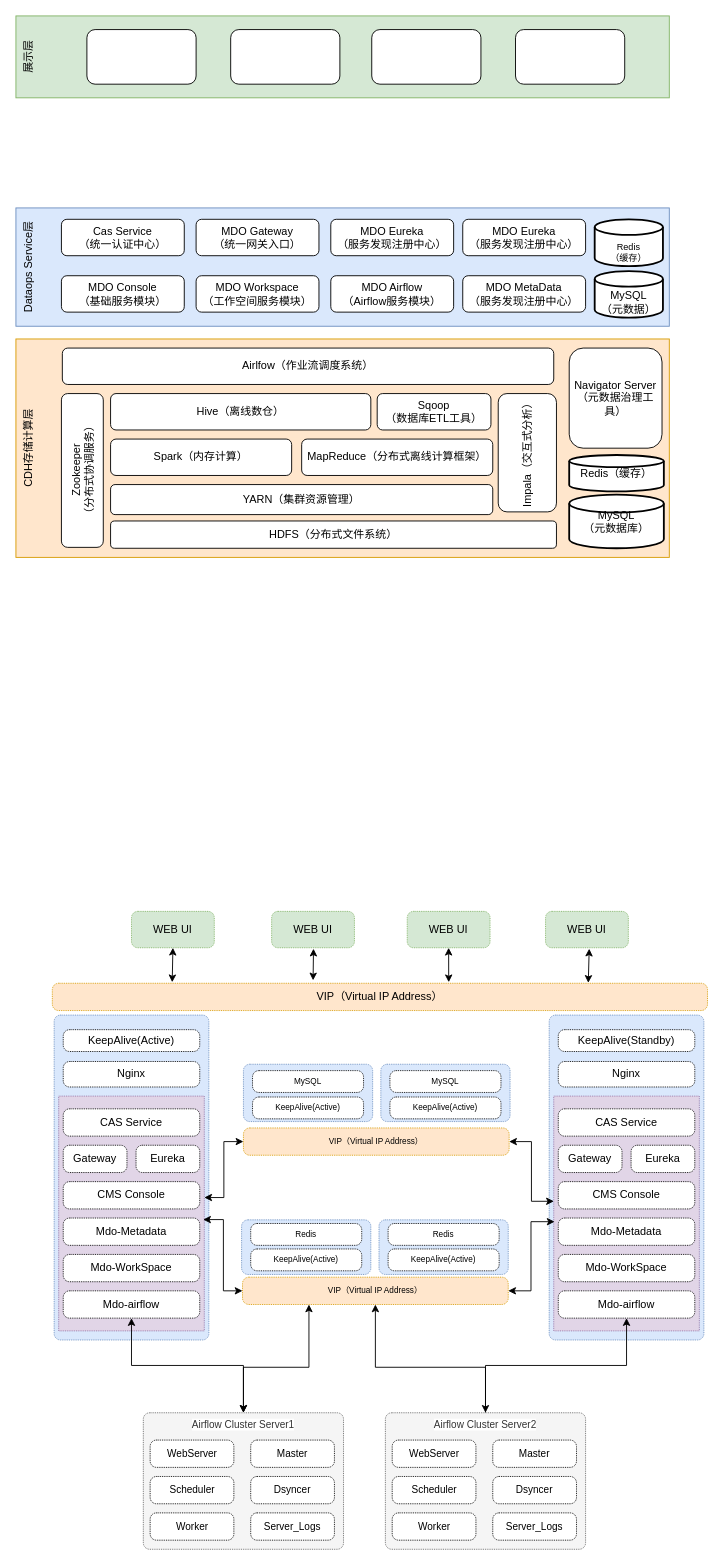
Above: Untitled Diagram.drawio in fayson/cdh-autouninstall (draw.io), before the change. Source tidied: cells renumbered, new cells numbered last; positions are measured from the earlier drawing's top-left corner, leaving out a move shared by most shapes. Both pictures are drawn from the tidied source at 91%, with x=0, y=0 at pixel (15, 15).
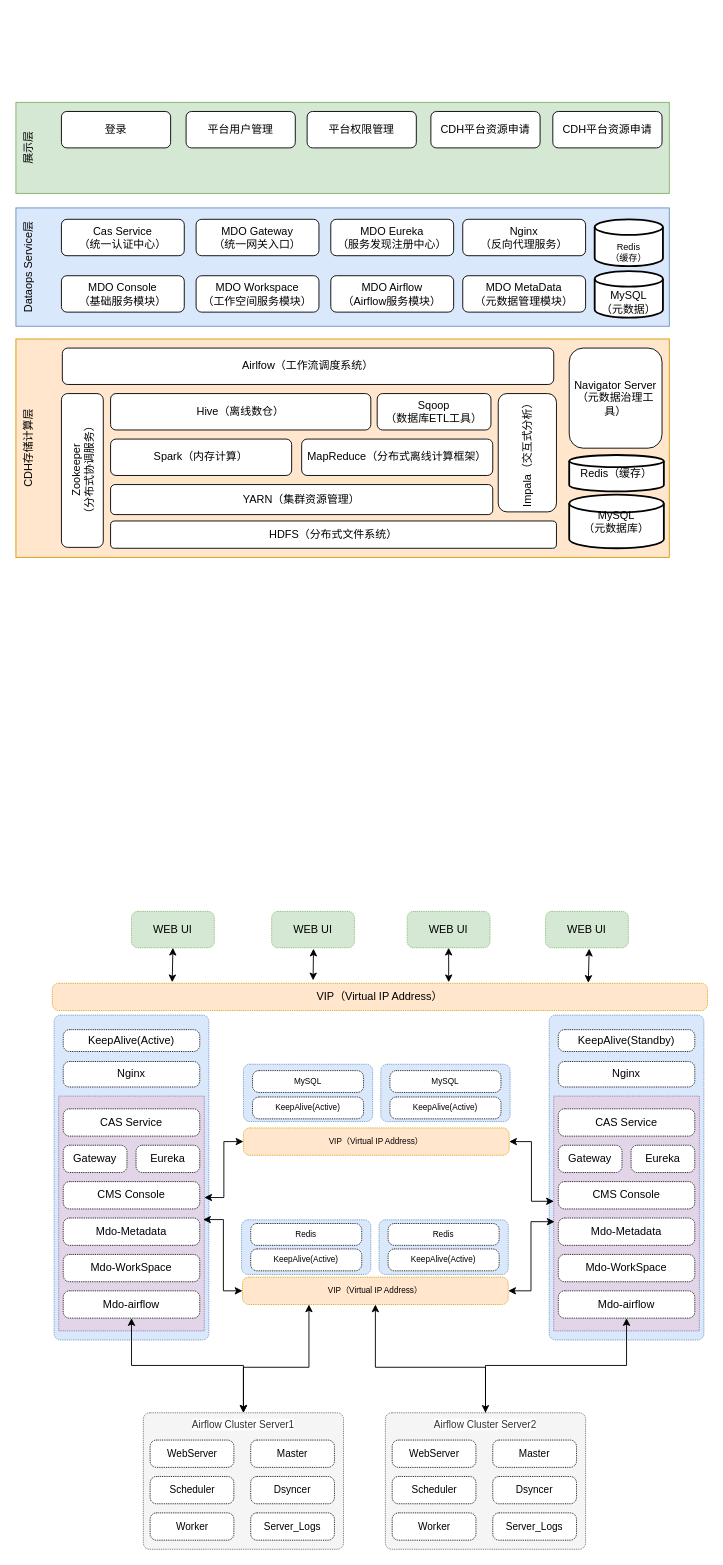
The same page after the edit.

Commit message:
Dataops整体架构图

Change to the diagram source:
```diff
@@
     <mxCell id="72" value="展示层" style="rounded=0;whiteSpace=wrap;html=1;align=center;horizontal=0;verticalAlign=top;fillColor=#d5e8d4;strokeColor=#82b366;" parent="1" vertex="1">
-      <mxGeometry width="718" height="90" as="geometry" />
+      <mxGeometry y="95" width="718" height="100" as="geometry" />
     </mxCell>
@@
-    <mxCell id="76" style="rounded=1;whiteSpace=wrap;html=1;" parent="1" vertex="1">
-      <mxGeometry x="78" y="15" width="120" height="60" as="geometry" />
+    <mxCell id="76" value="登录" style="rounded=1;whiteSpace=wrap;html=1;" parent="1" vertex="1">
+      <mxGeometry x="50" y="105" width="120" height="40" as="geometry" />
     </mxCell>
-    <mxCell id="77" style="rounded=1;whiteSpace=wrap;html=1;" parent="1" vertex="1">
-      <mxGeometry x="236" y="15" width="120" height="60" as="geometry" />
+    <mxCell id="77" value="平台用户管理" style="rounded=1;whiteSpace=wrap;html=1;" parent="1" vertex="1">
+      <mxGeometry x="187" y="105" width="120" height="40" as="geometry" />
     </mxCell>
-    <mxCell id="78" style="rounded=1;whiteSpace=wrap;html=1;" parent="1" vertex="1">
-      <mxGeometry x="391" y="15" width="120" height="60" as="geometry" />
-    </mxCell>
-    <mxCell id="79" style="rounded=1;whiteSpace=wrap;html=1;" parent="1" vertex="1">
-      <mxGeometry x="549" y="15" width="120" height="60" as="geometry" />
-    </mxCell>
@@
-    <mxCell id="81" value="Airlfow（作业流调度系统）" style="rounded=1;whiteSpace=wrap;html=1;" parent="1" vertex="1">
+    <mxCell id="81" value="Airlfow（工作流调度系统）" style="rounded=1;whiteSpace=wrap;html=1;" parent="1" vertex="1">
       <mxGeometry x="51" y="365" width="540" height="40" as="geometry" />
     </mxCell>
@@
-    <mxCell id="96" value="MDO Eureka&lt;br&gt;（服务发现注册中心）" style="rounded=1;whiteSpace=wrap;html=1;" parent="1" vertex="1">
+    <mxCell id="96" value="Nginx&lt;br&gt;（反向代理服务）" style="rounded=1;whiteSpace=wrap;html=1;" parent="1" vertex="1">
       <mxGeometry x="491" y="223.5" width="135" height="40" as="geometry" />
     </mxCell>
-    <mxCell id="97" value="MDO MetaData&lt;br&gt;（服务发现注册中心）" style="rounded=1;whiteSpace=wrap;html=1;" parent="1" vertex="1">
+    <mxCell id="97" value="MDO MetaData&lt;br&gt;（元数据管理模块）" style="rounded=1;whiteSpace=wrap;html=1;" parent="1" vertex="1">
       <mxGeometry x="491" y="285.5" width="135" height="40" as="geometry" />
     </mxCell>
+    <mxCell id="98" value="CDH平台资源申请" style="rounded=1;whiteSpace=wrap;html=1;" parent="1" vertex="1">
+      <mxGeometry x="456" y="105" width="120" height="40" as="geometry" />
+    </mxCell>
+    <mxCell id="99" value="平台权限管理" style="rounded=1;whiteSpace=wrap;html=1;" parent="1" vertex="1">
+      <mxGeometry x="320" y="105" width="120" height="40" as="geometry" />
+    </mxCell>
+    <mxCell id="100" value="CDH平台资源申请" style="rounded=1;whiteSpace=wrap;html=1;" parent="1" vertex="1">
+      <mxGeometry x="590" y="105" width="120" height="40" as="geometry" />
+    </mxCell>
```
